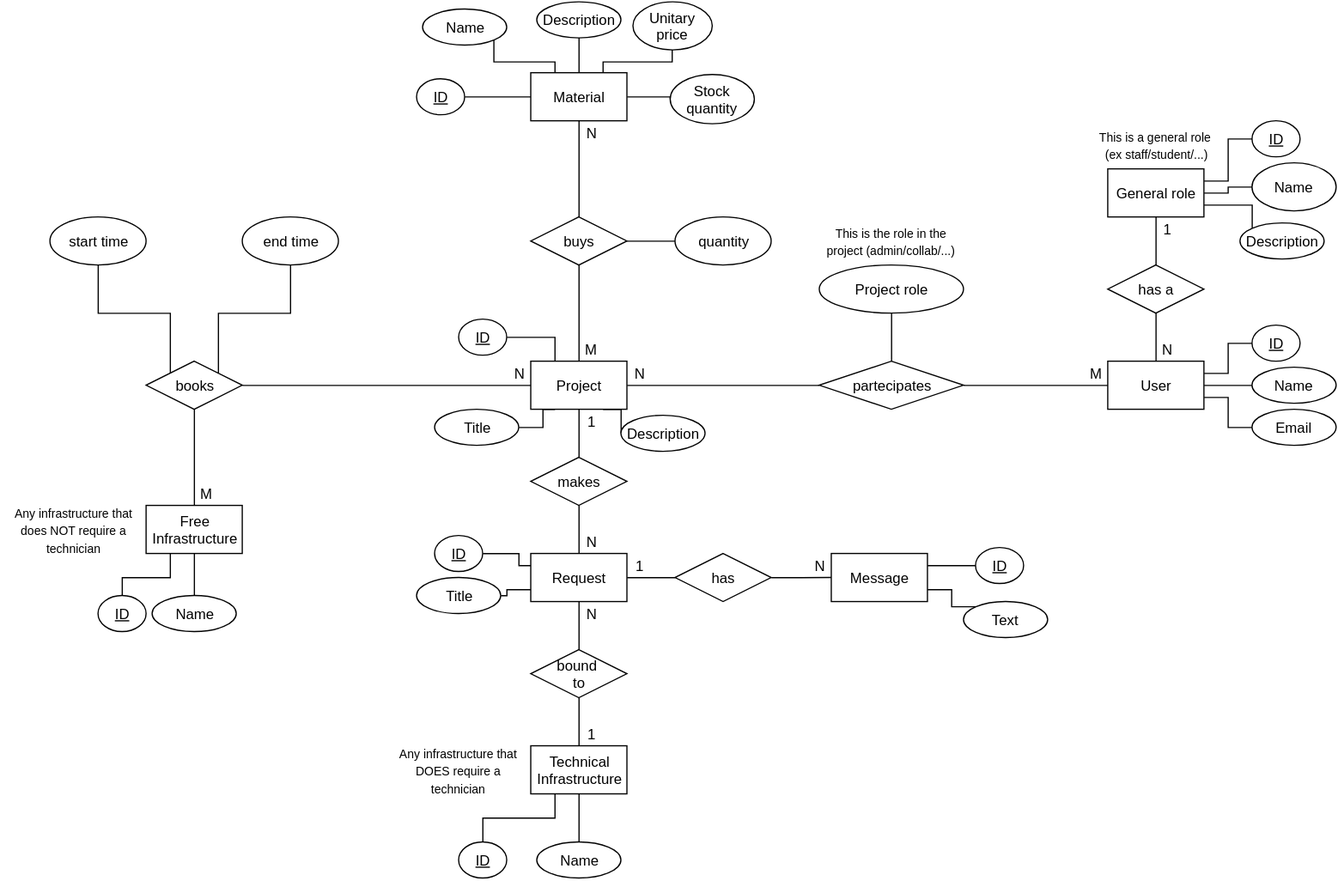
This is Schema/mpm-db-er-schema.svg from shalen-original/dbms2016-exam-project, a draw.io export, as it was before one commit. Source tidied: cells renumbered, new cells last; positions are measured from the earlier drawing's top-left corner, leaving out a move shared by most shapes.
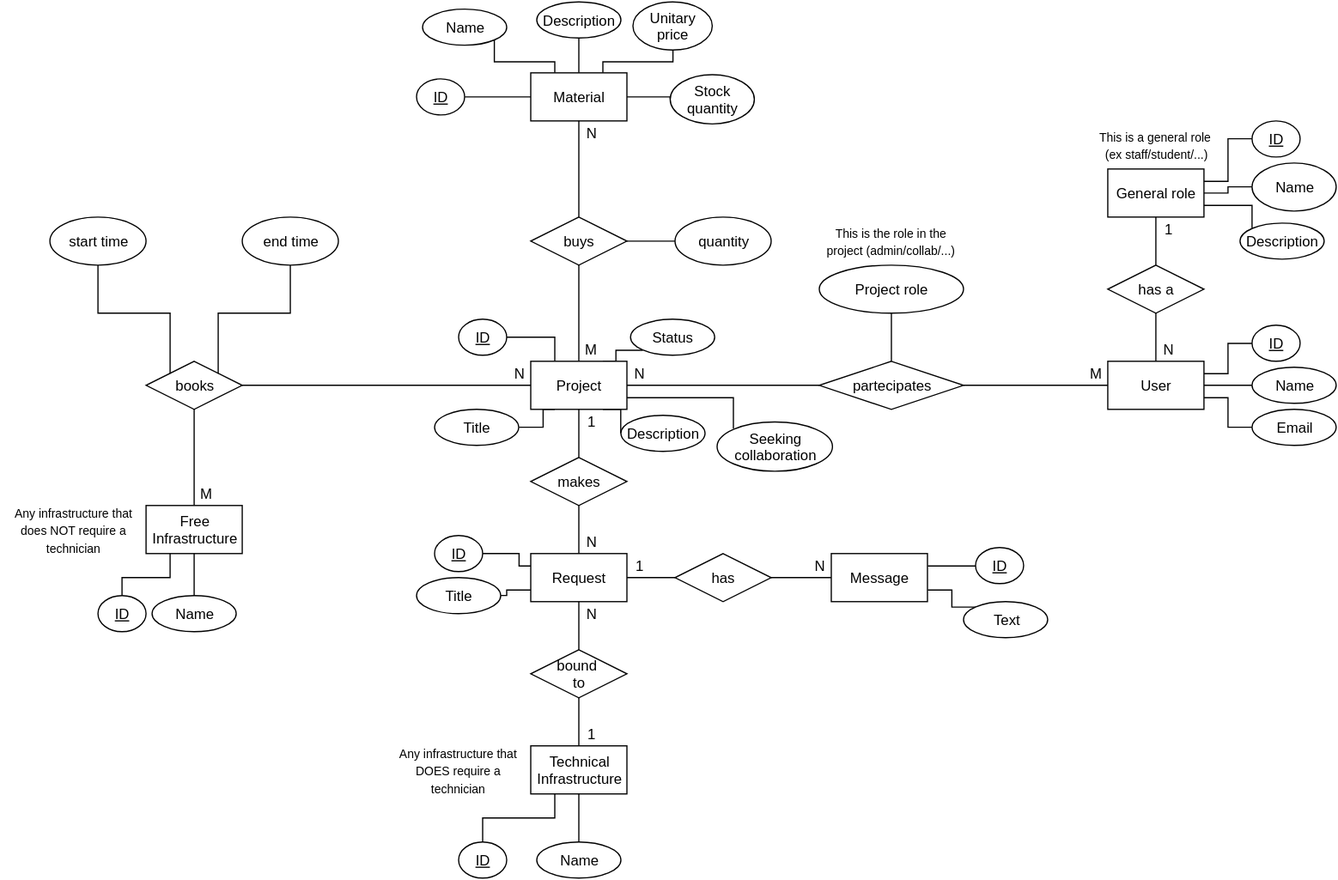
Later version of the same file.

Commit message:
Schema updated: attributes discussed on drive added

Change to the diagram source:
```diff
@@ -25,6 +25,17 @@
     <mxCell id="7" style="edgeStyle=orthogonalEdgeStyle;rounded=0;html=1;exitX=0.75;exitY=1;entryX=0;entryY=0.5;endArrow=none;endFill=0;jettySize=auto;" parent="1" edge="1" source="8" target="97">
       <mxGeometry relative="1" as="geometry" />
     </mxCell>
+    <mxCell id="103" style="edgeStyle=orthogonalEdgeStyle;rounded=0;html=1;exitX=0.75;exitY=0;entryX=0;entryY=1;endArrow=none;endFill=0;jettySize=auto;" parent="1" edge="1" source="8" target="105">
+      <mxGeometry relative="1" as="geometry">
+        <Array as="points">
+          <mxPoint x="511" y="299" />
+          <mxPoint x="511" y="289" />
+        </Array>
+      </mxGeometry>
+    </mxCell>
+    <mxCell id="104" style="edgeStyle=orthogonalEdgeStyle;rounded=0;html=1;exitX=1;exitY=0.75;entryX=0;entryY=0;endArrow=none;endFill=0;jettySize=auto;" parent="1" edge="1" source="8" target="106">
+      <mxGeometry relative="1" as="geometry" />
+    </mxCell>
     <mxCell id="8" value="Project" style="whiteSpace=wrap;html=1;" parent="1" vertex="1">
       <mxGeometry x="440" y="299" width="80" height="40" as="geometry" />
     </mxCell>
@@ -351,5 +362,11 @@
     <mxCell id="102" value="Stock quantity" style="ellipse;whiteSpace=wrap;html=1;" parent="1" vertex="1">
       <mxGeometry x="556" y="60" width="70" height="41" as="geometry" />
     </mxCell>
+    <mxCell id="105" value="Status" style="ellipse;whiteSpace=wrap;html=1;" parent="1" vertex="1">
+      <mxGeometry x="523" y="264" width="70" height="30" as="geometry" />
+    </mxCell>
+    <mxCell id="106" value="Seeking&lt;div&gt;collaboration&lt;/div&gt;" style="ellipse;whiteSpace=wrap;html=1;" parent="1" vertex="1">
+      <mxGeometry x="595" y="349" width="96" height="41" as="geometry" />
+    </mxCell>
   </root>
 </mxGraphModel>
```
